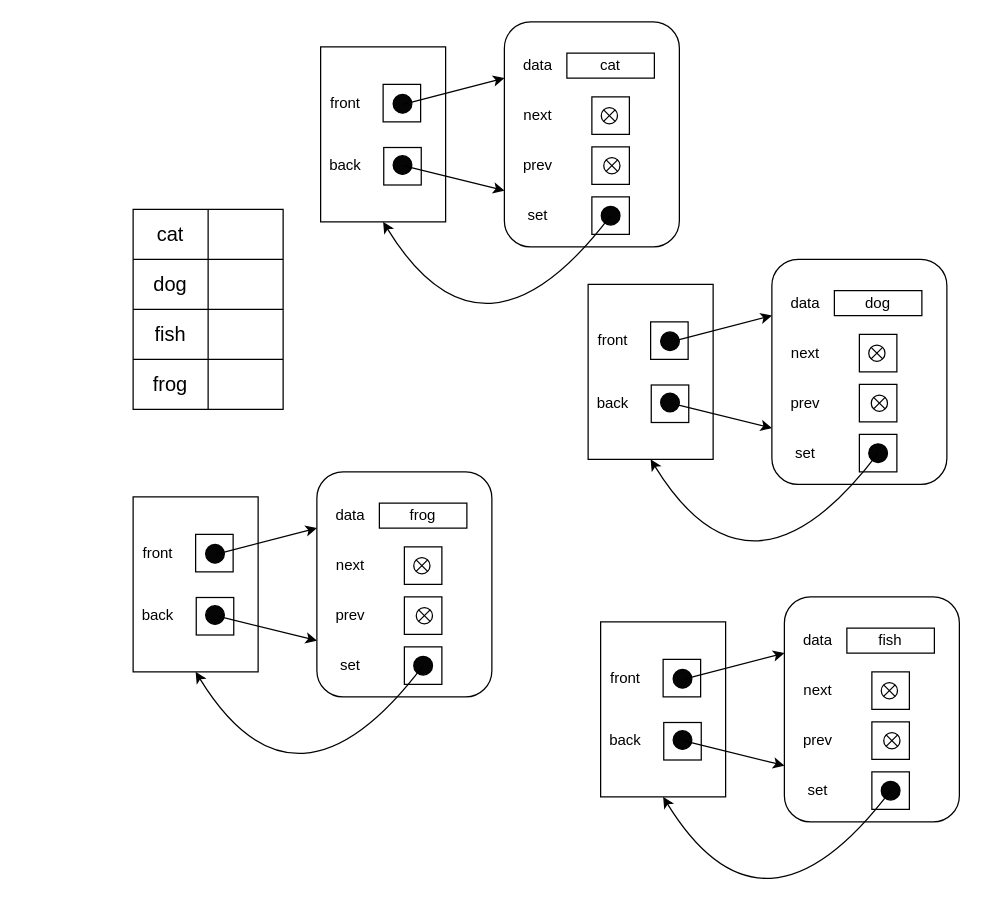
The draw.io diagram parta_7.drawio in tlo20/notes, before the edit. Source tidied: cells renumbered, new cells numbered last; positions are measured from the earlier drawing's top-left corner, leaving out a move shared by most shapes. Both pictures are drawn from the tidied source at 125%, with x=0, y=0 at pixel (120, 21).
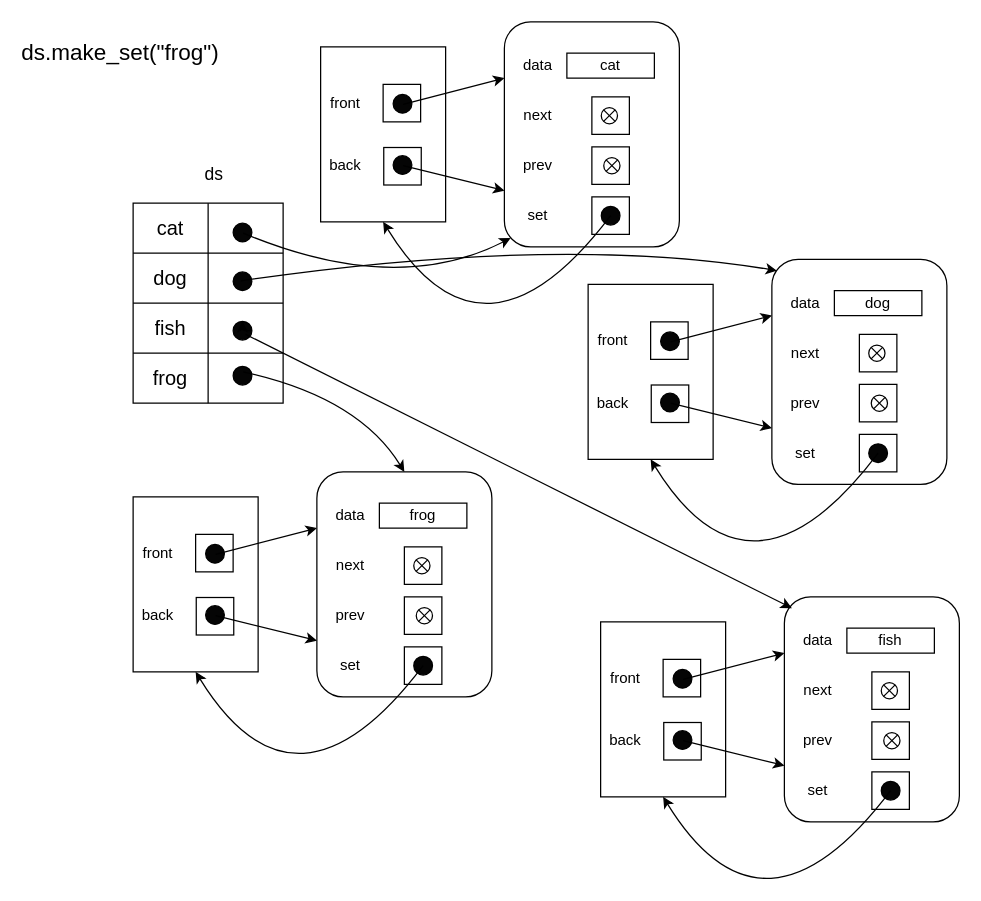
The same page after the edit.

The change refers to these unchanged cells:
```xml
<mxCell id="25" style="rounded=1;whiteSpace=wrap;html=1;" parent="1" vertex="1">
  <mxGeometry x="307" width="140" height="180" as="geometry" />
</mxCell>
<mxCell id="49" style="rounded=1;whiteSpace=wrap;html=1;" parent="1" vertex="1">
  <mxGeometry x="521" y="190" width="140" height="180" as="geometry" />
</mxCell>
<mxCell id="73" style="rounded=1;whiteSpace=wrap;html=1;" parent="1" vertex="1">
  <mxGeometry x="531" y="460" width="140" height="180" as="geometry" />
</mxCell>
<mxCell id="97" style="rounded=1;whiteSpace=wrap;html=1;" parent="1" vertex="1">
  <mxGeometry x="157" y="360" width="140" height="180" as="geometry" />
</mxCell>
```

What changed in the source:
```diff
@@
     <mxCell id="2" style="shape=table;startSize=0;childLayout=tableLayout;fontSize=16;" parent="1" vertex="1">
-      <mxGeometry x="10" y="150" width="120" height="160" as="geometry" />
+      <mxGeometry x="10" y="145" width="120" height="160" as="geometry" />
     </mxCell>
@@
+    <mxCell id="111" style="ellipse;whiteSpace=wrap;html=1;fillColor=#050505;" parent="1" vertex="1">
+      <mxGeometry x="90" y="161" width="15" height="15" as="geometry" />
+    </mxCell>
+    <mxCell id="112" style="ellipse;whiteSpace=wrap;html=1;fillColor=#050505;" parent="1" vertex="1">
+      <mxGeometry x="90" y="200" width="15" height="15" as="geometry" />
+    </mxCell>
+    <mxCell id="113" style="ellipse;whiteSpace=wrap;html=1;fillColor=#050505;" parent="1" vertex="1">
+      <mxGeometry x="90" y="239.5" width="15" height="15" as="geometry" />
+    </mxCell>
+    <mxCell id="114" style="ellipse;whiteSpace=wrap;html=1;fillColor=#050505;" parent="1" vertex="1">
+      <mxGeometry x="90" y="275.5" width="15" height="15" as="geometry" />
+    </mxCell>
+    <mxCell id="115" style="edgeStyle=orthogonalEdgeStyle;curved=1;orthogonalLoop=1;jettySize=auto;html=1;exitX=1;exitY=0.5;exitDx=0;exitDy=0;entryX=0.5;entryY=0;entryDx=0;entryDy=0;" parent="1" edge="1" source="113" target="113">
+      <mxGeometry relative="1" as="geometry" />
+    </mxCell>
+    <mxCell id="116" value="&lt;font style=&quot;font-size: 14px;&quot;&gt;ds&lt;/font&gt;" style="text;html=1;strokeColor=none;fillColor=none;align=center;verticalAlign=middle;whiteSpace=wrap;rounded=0;" parent="1" vertex="1">
+      <mxGeometry x="45" y="107" width="60" height="30" as="geometry" />
+    </mxCell>
+    <mxCell id="117" style="endArrow=classic;html=1;curved=1;entryX=0.036;entryY=0.961;entryDx=0;entryDy=0;entryPerimeter=0;" parent="1" edge="1" target="25">
+      <mxGeometry relative="1" as="geometry">
+        <mxPoint x="98" y="169" as="sourcePoint" />
+        <Array as="points">
+          <mxPoint x="220" y="220" />
+        </Array>
+      </mxGeometry>
+    </mxCell>
+    <mxCell id="118" style="endArrow=classic;html=1;fontSize=14;curved=1;exitX=0;exitY=0;exitDx=0;exitDy=0;entryX=0.029;entryY=0.05;entryDx=0;entryDy=0;entryPerimeter=0;" parent="1" edge="1" target="49">
+      <mxGeometry relative="1" as="geometry">
+        <mxPoint x="96.2" y="207.2" as="sourcePoint" />
+        <Array as="points">
+          <mxPoint x="350" y="170" />
+        </Array>
+      </mxGeometry>
+    </mxCell>
+    <mxCell id="119" style="endArrow=classic;html=1;fontSize=14;curved=1;entryX=0.043;entryY=0.05;entryDx=0;entryDy=0;entryPerimeter=0;" parent="1" edge="1" target="73">
+      <mxGeometry relative="1" as="geometry">
+        <mxPoint x="100" y="250" as="sourcePoint" />
+      </mxGeometry>
+    </mxCell>
+    <mxCell id="120" style="endArrow=classic;html=1;fontSize=14;curved=1;entryX=0.5;entryY=0;entryDx=0;entryDy=0;" parent="1" edge="1" target="97">
+      <mxGeometry relative="1" as="geometry">
+        <mxPoint x="98" y="280" as="sourcePoint" />
+        <Array as="points">
+          <mxPoint x="190" y="300" />
+        </Array>
+      </mxGeometry>
+    </mxCell>
+    <mxCell id="121" value="&lt;font style=&quot;font-size: 18px;&quot;&gt;ds.make_set(&quot;frog&quot;)&lt;/font&gt;" style="text;html=1;strokeColor=none;fillColor=none;align=center;verticalAlign=middle;whiteSpace=wrap;rounded=0;fontSize=14;" parent="1" vertex="1">
+      <mxGeometry x="-30" y="10" width="60" height="30" as="geometry" />
+    </mxCell>
```
